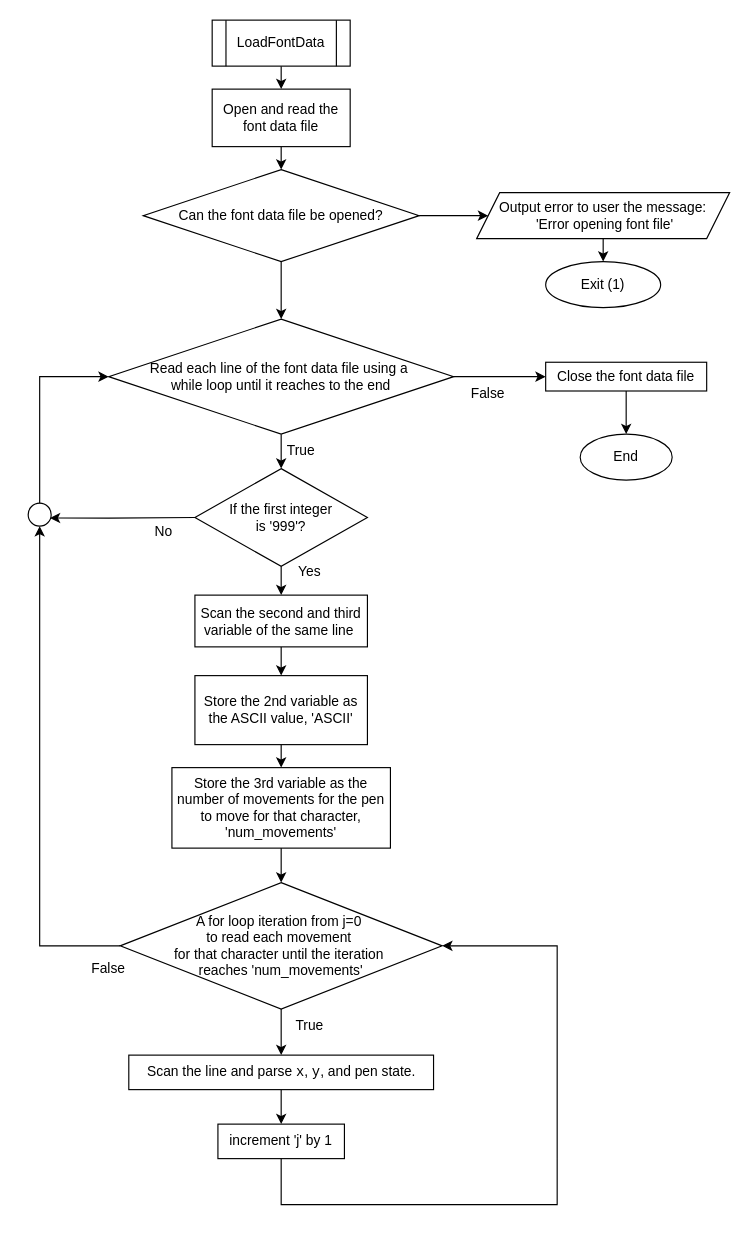
artrangel/Yr3_Mechatronics_Comp keeps this draw.io diagram as page "Page-2" (2 of 3) of SoftwareProjectAR_20361247/Flowcharts.drawio. Above is the earlier version. Source tidied: cells renumbered, new cells numbered last; positions are measured from the earlier drawing's top-left corner, leaving out a move shared by most shapes. Both pictures are drawn from the tidied source at 115%, with x=0, y=0 at pixel (28, 20).
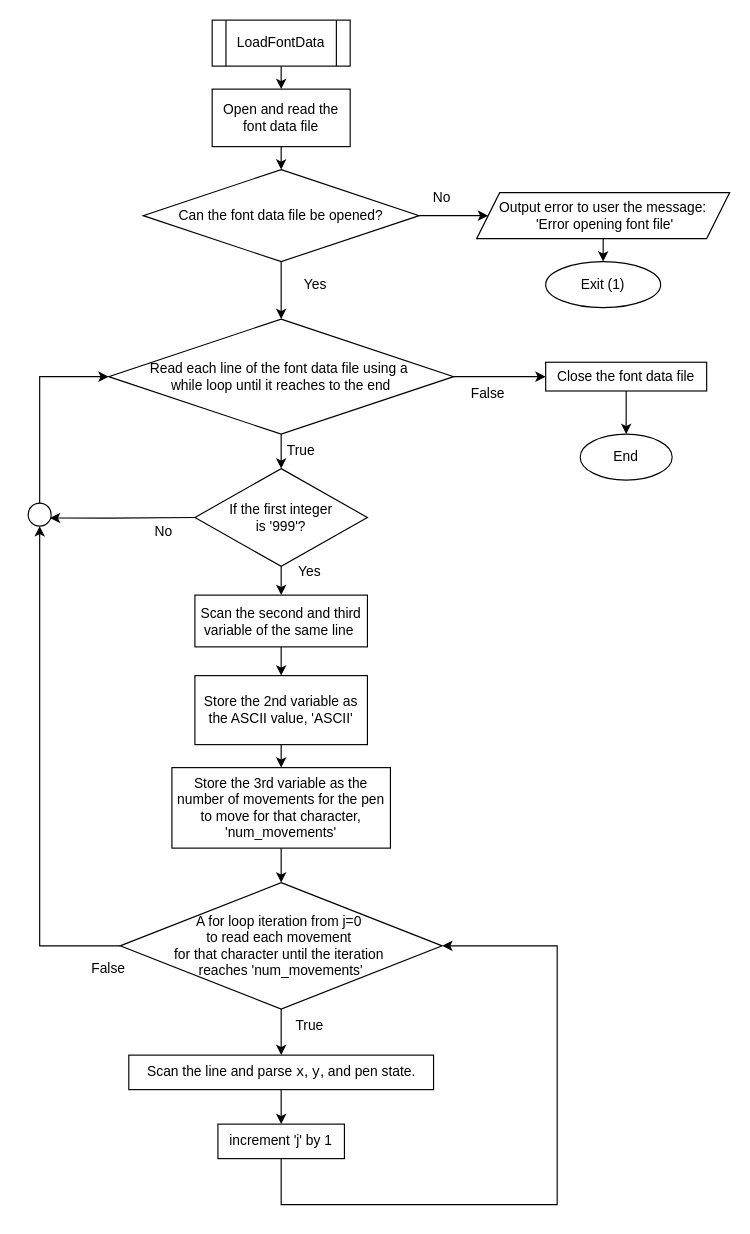
Above is the later version.

Change to the diagram source:
```diff
@@
+    <mxCell id="42" value="Yes" style="text;html=1;align=center;verticalAlign=middle;whiteSpace=wrap;rounded=0;" parent="1" vertex="1">
+      <mxGeometry x="220" y="215" width="60" height="30" as="geometry" />
+    </mxCell>
+    <mxCell id="43" value="No" style="text;html=1;align=center;verticalAlign=middle;whiteSpace=wrap;rounded=0;" parent="1" vertex="1">
+      <mxGeometry x="330" y="140" width="60" height="30" as="geometry" />
+    </mxCell>
```
